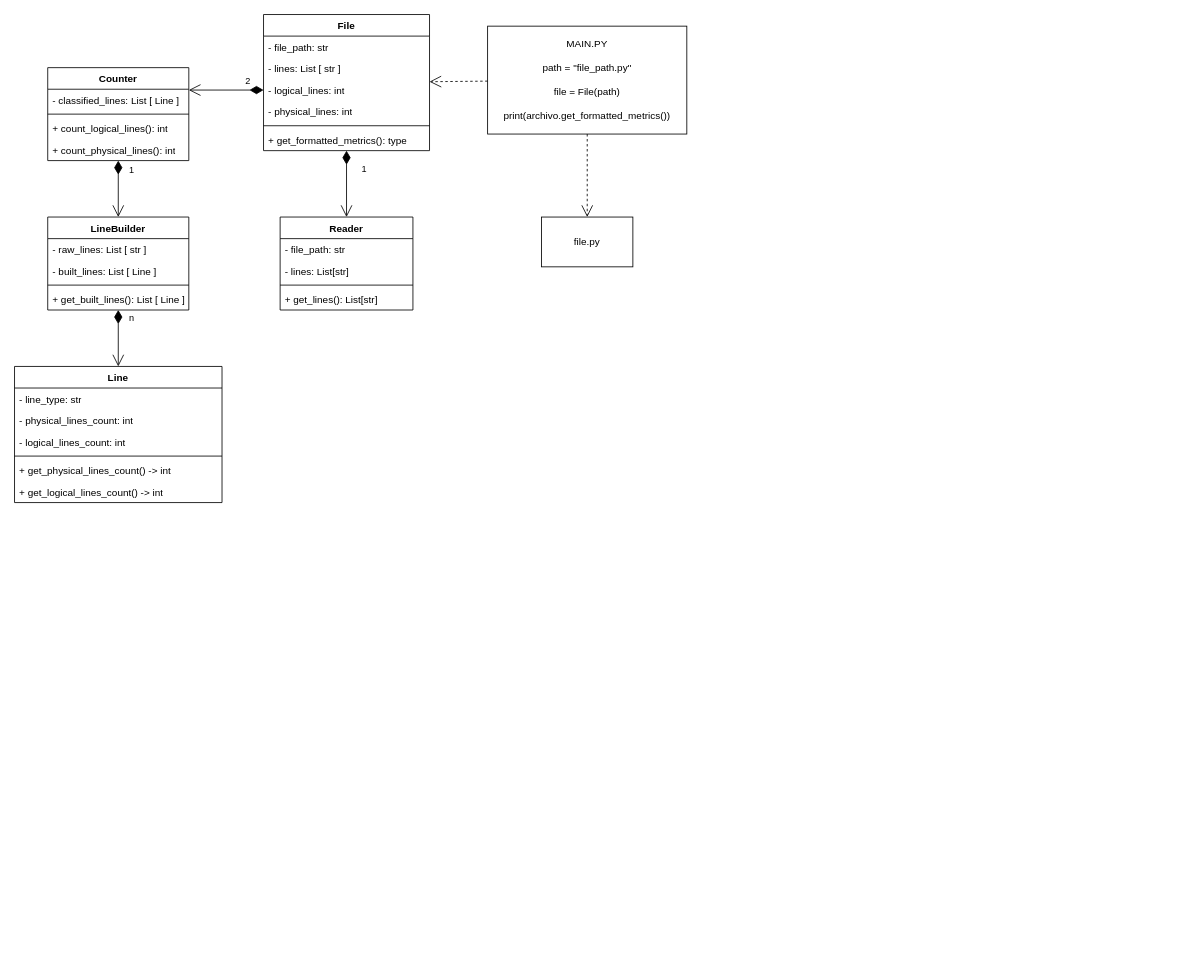
Above: docs/diagrama_de_clases.drawio in LineCounters/LinesCounter (draw.io), before the change. Source tidied: cells renumbered, new cells numbered last; positions are measured from the earlier drawing's top-left corner, leaving out a move shared by most shapes. Both pictures are drawn from the tidied source at 83%, with x=0, y=0 at pixel (14, 14).
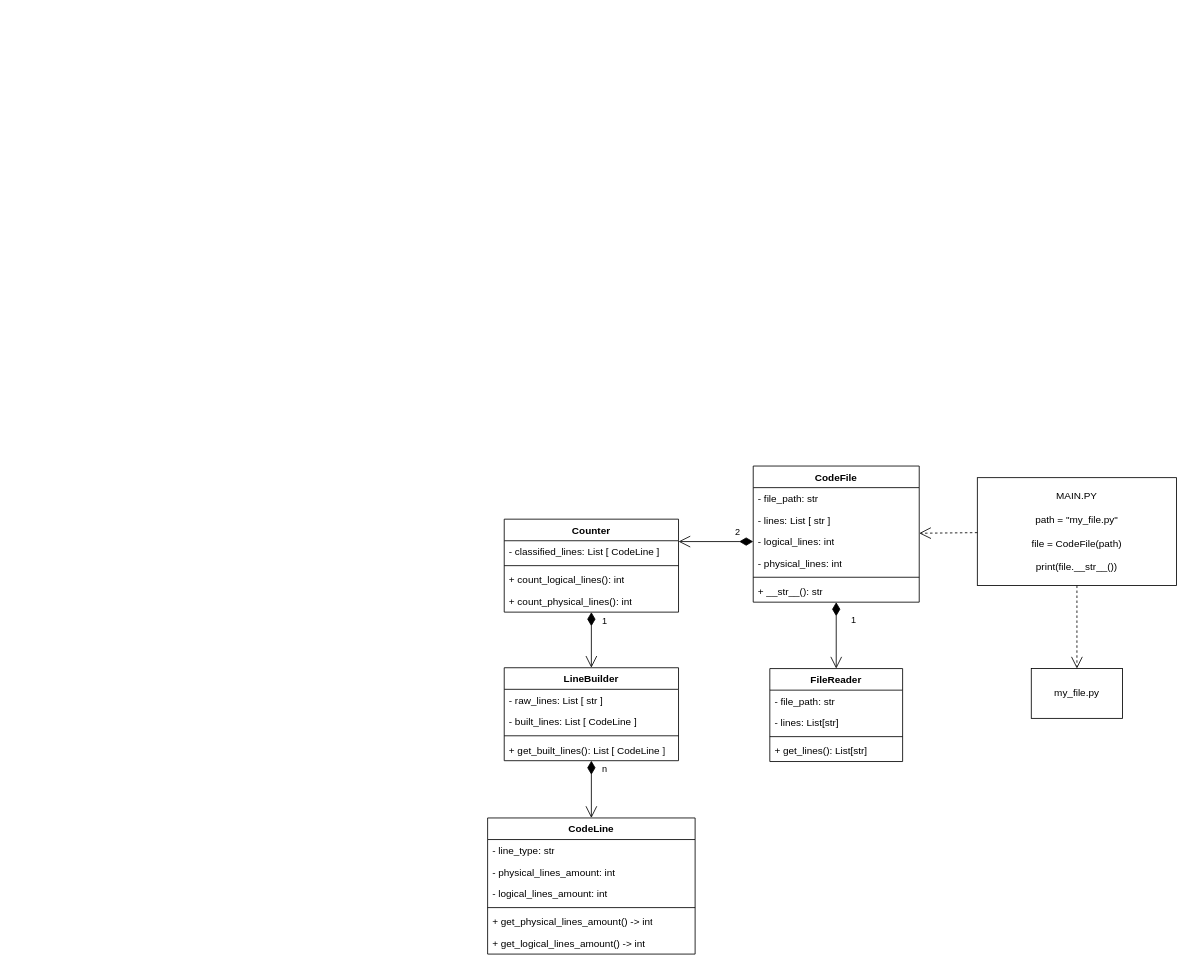
The same page after the edit.

Diff of the diagram source:
```diff
@@
-    <mxCell id="0" />
-    <mxCell id="1" parent="0" />
-    <mxCell id="2" value="MAIN.PY&lt;div&gt;&lt;br&gt;&lt;/div&gt;&lt;div&gt;path = &quot;file_path.py&quot;&lt;/div&gt;&lt;div&gt;&lt;br&gt;&lt;/div&gt;&lt;div&gt;file = File(path)&lt;/div&gt;&lt;div&gt;&lt;br&gt;&lt;/div&gt;&lt;div&gt;print(archivo.get_formatted_metrics())&lt;/div&gt;" style="rounded=0;whiteSpace=wrap;html=1;" parent="1" vertex="1">
-      <mxGeometry x="570" y="14" width="240" height="130" as="geometry" />
-    </mxCell>
-    <mxCell id="3" style="endArrow=open;endSize=12;dashed=1;html=1;rounded=0;" parent="1" edge="1" source="2" target="11">
-      <mxGeometry relative="1" as="geometry" />
-    </mxCell>
-    <mxCell id="4" value="file.py" style="rounded=0;whiteSpace=wrap;html=1;" parent="1" vertex="1">
-      <mxGeometry x="635" y="244" width="110" height="60" as="geometry" />
-    </mxCell>
-    <mxCell id="5" style="endArrow=open;endSize=12;dashed=1;html=1;rounded=0;" parent="1" edge="1" source="2" target="4">
-      <mxGeometry relative="1" as="geometry" />
-    </mxCell>
+    <mxCell id="43" />
+    <mxCell id="44" parent="43" />
+    <mxCell id="45" value="MAIN.PY&lt;div&gt;&lt;br&gt;&lt;/div&gt;&lt;div&gt;path = &quot;my_file.py&quot;&lt;/div&gt;&lt;div&gt;&lt;br&gt;&lt;/div&gt;&lt;div&gt;file = CodeFile(path)&lt;/div&gt;&lt;div&gt;&lt;br&gt;&lt;/div&gt;&lt;div&gt;print(file.__str__())&lt;/div&gt;" style="rounded=0;whiteSpace=wrap;html=1;" parent="44" vertex="1">
+      <mxGeometry x="1160" y="558" width="240" height="130" as="geometry" />
+    </mxCell>
+    <mxCell id="46" style="endArrow=open;endSize=12;dashed=1;html=1;rounded=0;" parent="44" edge="1" source="45" target="51">
+      <mxGeometry relative="1" as="geometry" />
+    </mxCell>
+    <mxCell id="47" value="my_file.py" style="rounded=0;whiteSpace=wrap;html=1;" parent="44" vertex="1">
+      <mxGeometry x="1225" y="788" width="110" height="60" as="geometry" />
+    </mxCell>
+    <mxCell id="48" style="endArrow=open;endSize=12;dashed=1;html=1;rounded=0;" parent="44" edge="1" source="45" target="47">
+      <mxGeometry relative="1" as="geometry" />
+    </mxCell>
-    <mxCell id="6" value="Counter" style="swimlane;fontStyle=1;align=center;verticalAlign=top;horizontal=1;startSize=26;whiteSpace=wrap;html=1;" parent="1" vertex="1">
-      <mxGeometry x="40" y="64" width="170" height="112" as="geometry" />
+    <mxCell id="6" value="Counter" style="swimlane;fontStyle=1;align=center;verticalAlign=top;horizontal=1;startSize=26;whiteSpace=wrap;html=1;" parent="44" vertex="1">
+      <mxGeometry x="590" y="608" width="210" height="112" as="geometry" />
     </mxCell>
-    <mxCell id="7" value="- classified_lines: List [ Line ]" style="text;strokeColor=none;fillColor=none;align=left;verticalAlign=top;spacingLeft=4;spacingRight=4;overflow=hidden;whiteSpace=wrap;html=1;" parent="6" vertex="1">
-      <mxGeometry y="26" width="170" height="26" as="geometry" />
-    </mxCell>
-    <mxCell id="8" style="line;strokeWidth=1;fillColor=none;align=left;verticalAlign=middle;spacingTop=-1;spacingLeft=3;spacingRight=3;labelPosition=right;strokeColor=inherit;" parent="6" vertex="1">
-      <mxGeometry y="52" width="170" height="8" as="geometry" />
-    </mxCell>
+    <mxCell id="49" value="- classified_lines: List [ CodeLine ]" style="text;strokeColor=none;fillColor=none;align=left;verticalAlign=top;spacingLeft=4;spacingRight=4;overflow=hidden;whiteSpace=wrap;html=1;" parent="6" vertex="1">
+      <mxGeometry y="26" width="210" height="26" as="geometry" />
+    </mxCell>
+    <mxCell id="50" style="line;strokeWidth=1;fillColor=none;align=left;verticalAlign=middle;spacingTop=-1;spacingLeft=3;spacingRight=3;labelPosition=right;strokeColor=inherit;" parent="6" vertex="1">
+      <mxGeometry y="52" width="210" height="8" as="geometry" />
+    </mxCell>
     <mxCell id="9" value="+ count_logical_lines(): int" style="text;strokeColor=none;fillColor=none;align=left;verticalAlign=top;spacingLeft=4;spacingRight=4;overflow=hidden;whiteSpace=wrap;html=1;" parent="6" vertex="1">
-      <mxGeometry y="60" width="170" height="26" as="geometry" />
+      <mxGeometry y="60" width="210" height="26" as="geometry" />
     </mxCell>
     <mxCell id="10" value="+ count_physical_lines(): int" style="text;strokeColor=none;fillColor=none;align=left;verticalAlign=top;spacingLeft=4;spacingRight=4;overflow=hidden;whiteSpace=wrap;html=1;" parent="6" vertex="1">
-      <mxGeometry y="86" width="170" height="26" as="geometry" />
+      <mxGeometry y="86" width="210" height="26" as="geometry" />
     </mxCell>
-    <mxCell id="11" value="File" style="swimlane;fontStyle=1;align=center;verticalAlign=top;horizontal=1;startSize=26;whiteSpace=wrap;html=1;" parent="1" vertex="1">
-      <mxGeometry x="300" width="200" height="164" as="geometry" />
-    </mxCell>
+    <mxCell id="51" value="CodeFile&lt;div&gt;&lt;br&gt;&lt;/div&gt;" style="swimlane;fontStyle=1;align=center;verticalAlign=top;horizontal=1;startSize=26;whiteSpace=wrap;html=1;" parent="44" vertex="1">
+      <mxGeometry x="890" y="544" width="200" height="164" as="geometry" />
+    </mxCell>
-    <mxCell id="12" value="- file_path: str&lt;div&gt;&lt;br&gt;&lt;/div&gt;" style="text;strokeColor=none;fillColor=none;align=left;verticalAlign=top;spacingLeft=4;spacingRight=4;overflow=hidden;whiteSpace=wrap;html=1;" parent="11" vertex="1">
+    <mxCell id="12" value="- file_path: str&lt;div&gt;&lt;br&gt;&lt;/div&gt;" style="text;strokeColor=none;fillColor=none;align=left;verticalAlign=top;spacingLeft=4;spacingRight=4;overflow=hidden;whiteSpace=wrap;html=1;" parent="51" vertex="1">
       <mxGeometry y="26" width="200" height="26" as="geometry" />
     </mxCell>
-    <mxCell id="13" value="&lt;div&gt;- lines: List [ str ]&lt;/div&gt;" style="text;strokeColor=none;fillColor=none;align=left;verticalAlign=top;spacingLeft=4;spacingRight=4;overflow=hidden;whiteSpace=wrap;html=1;" parent="11" vertex="1">
+    <mxCell id="13" value="&lt;div&gt;- lines: List [ str ]&lt;/div&gt;" style="text;strokeColor=none;fillColor=none;align=left;verticalAlign=top;spacingLeft=4;spacingRight=4;overflow=hidden;whiteSpace=wrap;html=1;" parent="51" vertex="1">
       <mxGeometry y="52" width="200" height="26" as="geometry" />
     </mxCell>
-    <mxCell id="14" value="&lt;div&gt;- logical_lines: int&lt;/div&gt;" style="text;strokeColor=none;fillColor=none;align=left;verticalAlign=top;spacingLeft=4;spacingRight=4;overflow=hidden;points=[[0,0.5],[1,0.5]];portConstraint=eastwest;whiteSpace=wrap;html=1;" parent="11" vertex="1">
+    <mxCell id="14" value="&lt;div&gt;- logical_lines: int&lt;/div&gt;" style="text;strokeColor=none;fillColor=none;align=left;verticalAlign=top;spacingLeft=4;spacingRight=4;overflow=hidden;points=[[0,0.5],[1,0.5]];portConstraint=eastwest;whiteSpace=wrap;html=1;" parent="51" vertex="1">
       <mxGeometry y="78" width="200" height="26" as="geometry" />
     </mxCell>
-    <mxCell id="15" value="&lt;div&gt;- physical_lines: int&lt;/div&gt;" style="text;strokeColor=none;fillColor=none;align=left;verticalAlign=top;spacingLeft=4;spacingRight=4;overflow=hidden;whiteSpace=wrap;html=1;" parent="11" vertex="1">
+    <mxCell id="15" value="&lt;div&gt;- physical_lines: int&lt;/div&gt;" style="text;strokeColor=none;fillColor=none;align=left;verticalAlign=top;spacingLeft=4;spacingRight=4;overflow=hidden;whiteSpace=wrap;html=1;" parent="51" vertex="1">
       <mxGeometry y="104" width="200" height="26" as="geometry" />
     </mxCell>
-    <mxCell id="16" style="line;strokeWidth=1;fillColor=none;align=left;verticalAlign=middle;spacingTop=-1;spacingLeft=3;spacingRight=3;labelPosition=right;strokeColor=inherit;" parent="11" vertex="1">
+    <mxCell id="16" style="line;strokeWidth=1;fillColor=none;align=left;verticalAlign=middle;spacingTop=-1;spacingLeft=3;spacingRight=3;labelPosition=right;strokeColor=inherit;" parent="51" vertex="1">
       <mxGeometry y="130" width="200" height="8" as="geometry" />
     </mxCell>
-    <mxCell id="17" value="+ get_formatted_metrics(): type" style="text;strokeColor=none;fillColor=none;align=left;verticalAlign=top;spacingLeft=4;spacingRight=4;overflow=hidden;whiteSpace=wrap;html=1;" parent="11" vertex="1">
-      <mxGeometry y="138" width="200" height="26" as="geometry" />
-    </mxCell>
-    <mxCell id="18" value="Reader" style="swimlane;fontStyle=1;align=center;verticalAlign=top;horizontal=1;startSize=26;whiteSpace=wrap;html=1;" parent="1" vertex="1">
-      <mxGeometry x="320" y="244" width="160" height="112" as="geometry" />
-    </mxCell>
+    <mxCell id="52" value="+ __str__(): str" style="text;strokeColor=none;fillColor=none;align=left;verticalAlign=top;spacingLeft=4;spacingRight=4;overflow=hidden;whiteSpace=wrap;html=1;" parent="51" vertex="1">
+      <mxGeometry y="138" width="200" height="26" as="geometry" />
+    </mxCell>
+    <mxCell id="53" value="FileReader" style="swimlane;fontStyle=1;align=center;verticalAlign=top;horizontal=1;startSize=26;whiteSpace=wrap;html=1;" parent="44" vertex="1">
+      <mxGeometry x="910" y="788" width="160" height="112" as="geometry" />
+    </mxCell>
-    <mxCell id="19" value="- file_path: str" style="text;strokeColor=none;fillColor=none;align=left;verticalAlign=top;spacingLeft=4;spacingRight=4;overflow=hidden;whiteSpace=wrap;html=1;" parent="18" vertex="1">
+    <mxCell id="19" value="- file_path: str" style="text;strokeColor=none;fillColor=none;align=left;verticalAlign=top;spacingLeft=4;spacingRight=4;overflow=hidden;whiteSpace=wrap;html=1;" parent="53" vertex="1">
       <mxGeometry y="26" width="160" height="26" as="geometry" />
     </mxCell>
-    <mxCell id="20" value="- lines: List[str]" style="text;strokeColor=none;fillColor=none;align=left;verticalAlign=top;spacingLeft=4;spacingRight=4;overflow=hidden;whiteSpace=wrap;html=1;" parent="18" vertex="1">
+    <mxCell id="20" value="- lines: List[str]" style="text;strokeColor=none;fillColor=none;align=left;verticalAlign=top;spacingLeft=4;spacingRight=4;overflow=hidden;whiteSpace=wrap;html=1;" parent="53" vertex="1">
       <mxGeometry y="52" width="160" height="26" as="geometry" />
     </mxCell>
-    <mxCell id="21" style="line;strokeWidth=1;fillColor=none;align=left;verticalAlign=middle;spacingTop=-1;spacingLeft=3;spacingRight=3;labelPosition=right;strokeColor=inherit;" parent="18" vertex="1">
+    <mxCell id="21" style="line;strokeWidth=1;fillColor=none;align=left;verticalAlign=middle;spacingTop=-1;spacingLeft=3;spacingRight=3;labelPosition=right;strokeColor=inherit;" parent="53" vertex="1">
       <mxGeometry y="78" width="160" height="8" as="geometry" />
     </mxCell>
-    <mxCell id="22" value="+ get_lines(): List[str]" style="text;strokeColor=none;fillColor=none;align=left;verticalAlign=top;spacingLeft=4;spacingRight=4;overflow=hidden;whiteSpace=wrap;html=1;" parent="18" vertex="1">
+    <mxCell id="22" value="+ get_lines(): List[str]" style="text;strokeColor=none;fillColor=none;align=left;verticalAlign=top;spacingLeft=4;spacingRight=4;overflow=hidden;whiteSpace=wrap;html=1;" parent="53" vertex="1">
       <mxGeometry y="86" width="160" height="26" as="geometry" />
     </mxCell>
-    <mxCell id="23" value="Line" style="swimlane;fontStyle=1;align=center;verticalAlign=top;horizontal=1;startSize=26;whiteSpace=wrap;html=1;" parent="1" vertex="1">
-      <mxGeometry y="424" width="250" height="164" as="geometry" />
-    </mxCell>
+    <mxCell id="54" value="CodeLine" style="swimlane;fontStyle=1;align=center;verticalAlign=top;horizontal=1;startSize=26;whiteSpace=wrap;html=1;" parent="44" vertex="1">
+      <mxGeometry x="570" y="968" width="250" height="164" as="geometry" />
+    </mxCell>
-    <mxCell id="24" value="- line_type: str" style="text;strokeColor=none;fillColor=none;align=left;verticalAlign=top;spacingLeft=4;spacingRight=4;overflow=hidden;whiteSpace=wrap;html=1;" parent="23" vertex="1">
+    <mxCell id="24" value="- line_type: str" style="text;strokeColor=none;fillColor=none;align=left;verticalAlign=top;spacingLeft=4;spacingRight=4;overflow=hidden;whiteSpace=wrap;html=1;" parent="54" vertex="1">
       <mxGeometry y="26" width="250" height="26" as="geometry" />
     </mxCell>
-    <mxCell id="25" value="- physical_lines_count: int" style="text;strokeColor=none;fillColor=none;align=left;verticalAlign=top;spacingLeft=4;spacingRight=4;overflow=hidden;whiteSpace=wrap;html=1;" parent="23" vertex="1">
-      <mxGeometry y="52" width="250" height="26" as="geometry" />
-    </mxCell>
-    <mxCell id="26" value="- logical_lines_count: int" style="text;strokeColor=none;fillColor=none;align=left;verticalAlign=top;spacingLeft=4;spacingRight=4;overflow=hidden;whiteSpace=wrap;html=1;" parent="23" vertex="1">
-      <mxGeometry y="78" width="250" height="26" as="geometry" />
-    </mxCell>
+    <mxCell id="55" value="- physical_lines_amount: int" style="text;strokeColor=none;fillColor=none;align=left;verticalAlign=top;spacingLeft=4;spacingRight=4;overflow=hidden;whiteSpace=wrap;html=1;" parent="54" vertex="1">
+      <mxGeometry y="52" width="250" height="26" as="geometry" />
+    </mxCell>
+    <mxCell id="56" value="- logical_lines_amount: int" style="text;strokeColor=none;fillColor=none;align=left;verticalAlign=top;spacingLeft=4;spacingRight=4;overflow=hidden;whiteSpace=wrap;html=1;" parent="54" vertex="1">
+      <mxGeometry y="78" width="250" height="26" as="geometry" />
+    </mxCell>
-    <mxCell id="27" style="line;strokeWidth=1;fillColor=none;align=left;verticalAlign=middle;spacingTop=-1;spacingLeft=3;spacingRight=3;labelPosition=right;strokeColor=inherit;" parent="23" vertex="1">
+    <mxCell id="27" style="line;strokeWidth=1;fillColor=none;align=left;verticalAlign=middle;spacingTop=-1;spacingLeft=3;spacingRight=3;labelPosition=right;strokeColor=inherit;" parent="54" vertex="1">
       <mxGeometry y="104" width="250" height="8" as="geometry" />
     </mxCell>
-    <mxCell id="28" value="+&amp;nbsp;get_physical_lines_count() -&amp;gt; int" style="text;strokeColor=none;fillColor=none;align=left;verticalAlign=top;spacingLeft=4;spacingRight=4;overflow=hidden;whiteSpace=wrap;html=1;" parent="23" vertex="1">
-      <mxGeometry y="112" width="250" height="26" as="geometry" />
-    </mxCell>
-    <mxCell id="29" value="+&amp;nbsp;get_logical_lines_count() -&amp;gt; int" style="text;strokeColor=none;fillColor=none;align=left;verticalAlign=top;spacingLeft=4;spacingRight=4;overflow=hidden;whiteSpace=wrap;html=1;" parent="23" vertex="1">
-      <mxGeometry y="138" width="250" height="26" as="geometry" />
-    </mxCell>
+    <mxCell id="57" value="+&amp;nbsp;get_physical_lines_amount() -&amp;gt; int" style="text;strokeColor=none;fillColor=none;align=left;verticalAlign=top;spacingLeft=4;spacingRight=4;overflow=hidden;whiteSpace=wrap;html=1;" parent="54" vertex="1">
+      <mxGeometry y="112" width="250" height="26" as="geometry" />
+    </mxCell>
+    <mxCell id="58" value="+&amp;nbsp;get_logical_lines_amount() -&amp;gt; int" style="text;strokeColor=none;fillColor=none;align=left;verticalAlign=top;spacingLeft=4;spacingRight=4;overflow=hidden;whiteSpace=wrap;html=1;" parent="54" vertex="1">
+      <mxGeometry y="138" width="250" height="26" as="geometry" />
+    </mxCell>
-    <mxCell id="30" value="LineBuilder" style="swimlane;fontStyle=1;align=center;verticalAlign=top;horizontal=1;startSize=26;whiteSpace=wrap;html=1;" parent="1" vertex="1">
-      <mxGeometry x="40" y="244" width="170" height="112" as="geometry" />
+    <mxCell id="30" value="LineBuilder" style="swimlane;fontStyle=1;align=center;verticalAlign=top;horizontal=1;startSize=26;whiteSpace=wrap;html=1;" parent="44" vertex="1">
+      <mxGeometry x="590" y="787" width="210" height="112" as="geometry" />
     </mxCell>
     <mxCell id="31" value="- raw_lines: List [ str ]" style="text;strokeColor=none;fillColor=none;align=left;verticalAlign=top;spacingLeft=4;spacingRight=4;overflow=hidden;whiteSpace=wrap;html=1;" parent="30" vertex="1">
-      <mxGeometry y="26" width="170" height="26" as="geometry" />
+      <mxGeometry y="26" width="210" height="26" as="geometry" />
     </mxCell>
-    <mxCell id="32" value="- built_lines: List [ Line ]" style="text;strokeColor=none;fillColor=none;align=left;verticalAlign=top;spacingLeft=4;spacingRight=4;overflow=hidden;whiteSpace=wrap;html=1;" parent="30" vertex="1">
-      <mxGeometry y="52" width="170" height="26" as="geometry" />
-    </mxCell>
-    <mxCell id="33" style="line;strokeWidth=1;fillColor=none;align=left;verticalAlign=middle;spacingTop=-1;spacingLeft=3;spacingRight=3;labelPosition=right;strokeColor=inherit;" parent="30" vertex="1">
-      <mxGeometry y="78" width="170" height="8" as="geometry" />
-    </mxCell>
-    <mxCell id="34" value="+ get_built_lines(): List [ Line ]" style="text;strokeColor=none;fillColor=none;align=left;verticalAlign=top;spacingLeft=4;spacingRight=4;overflow=hidden;whiteSpace=wrap;html=1;" parent="30" vertex="1">
-      <mxGeometry y="86" width="170" height="26" as="geometry" />
-    </mxCell>
+    <mxCell id="59" value="- built_lines: List [ CodeLine ]" style="text;strokeColor=none;fillColor=none;align=left;verticalAlign=top;spacingLeft=4;spacingRight=4;overflow=hidden;whiteSpace=wrap;html=1;" parent="30" vertex="1">
+      <mxGeometry y="52" width="210" height="26" as="geometry" />
+    </mxCell>
+    <mxCell id="60" style="line;strokeWidth=1;fillColor=none;align=left;verticalAlign=middle;spacingTop=-1;spacingLeft=3;spacingRight=3;labelPosition=right;strokeColor=inherit;" parent="30" vertex="1">
+      <mxGeometry y="78" width="210" height="8" as="geometry" />
+    </mxCell>
+    <mxCell id="61" value="+ get_built_lines(): List [ CodeLine ]" style="text;strokeColor=none;fillColor=none;align=left;verticalAlign=top;spacingLeft=4;spacingRight=4;overflow=hidden;whiteSpace=wrap;html=1;" parent="30" vertex="1">
+      <mxGeometry y="86" width="210" height="26" as="geometry" />
+    </mxCell>
-    <mxCell id="35" style="endArrow=open;html=1;endSize=12;startArrow=diamondThin;startSize=14;startFill=1;edgeStyle=orthogonalEdgeStyle;align=left;verticalAlign=bottom;rounded=0;exitX=0;exitY=0.5;exitDx=0;exitDy=0;" parent="1" edge="1" source="14" target="6">
+    <mxCell id="35" style="endArrow=open;html=1;endSize=12;startArrow=diamondThin;startSize=14;startFill=1;edgeStyle=orthogonalEdgeStyle;align=left;verticalAlign=bottom;rounded=0;exitX=0;exitY=0.5;exitDx=0;exitDy=0;" parent="44" edge="1" source="14" target="6">
       <mxGeometry x="-0.33" y="-7" relative="1" as="geometry">
         <Array as="points">
-          <mxPoint x="145" y="91" />
+          <mxPoint x="735" y="635" />
         </Array>
       </mxGeometry>
     </mxCell>
@@
-    <mxCell id="37" style="endArrow=open;html=1;endSize=12;startArrow=diamondThin;startSize=14;startFill=1;edgeStyle=orthogonalEdgeStyle;align=left;verticalAlign=bottom;rounded=0;" parent="1" edge="1" source="11" target="18">
-      <mxGeometry x="-0.83" y="-9" relative="1" as="geometry" />
-    </mxCell>
-    <mxCell id="38" value="1" style="edgeLabel;html=1;align=center;verticalAlign=middle;" parent="37" vertex="1">
-      <mxGeometry x="0.09" y="1" relative="1" as="geometry">
-        <mxPoint x="19" y="-23" as="offset" />
-      </mxGeometry>
-    </mxCell>
+    <mxCell id="62" style="endArrow=open;html=1;endSize=12;startArrow=diamondThin;startSize=14;startFill=1;edgeStyle=orthogonalEdgeStyle;align=left;verticalAlign=bottom;rounded=0;" parent="44" edge="1" source="51" target="53">
+      <mxGeometry x="-0.83" y="-9" relative="1" as="geometry" />
+    </mxCell>
+    <mxCell id="63" value="1" style="edgeLabel;html=1;align=center;verticalAlign=middle;" parent="62" vertex="1">
+      <mxGeometry x="0.09" y="1" relative="1" as="geometry">
+        <mxPoint x="19" y="-23" as="offset" />
+      </mxGeometry>
+    </mxCell>
-    <mxCell id="39" style="endArrow=open;html=1;endSize=12;startArrow=diamondThin;startSize=14;startFill=1;edgeStyle=orthogonalEdgeStyle;align=left;verticalAlign=bottom;rounded=0;" parent="1" edge="1" source="6" target="30">
+    <mxCell id="39" style="endArrow=open;html=1;endSize=12;startArrow=diamondThin;startSize=14;startFill=1;edgeStyle=orthogonalEdgeStyle;align=left;verticalAlign=bottom;rounded=0;" parent="44" edge="1" source="6" target="30">
       <mxGeometry x="-0.18" y="-25" relative="1" as="geometry" />
     </mxCell>
-    <mxCell id="40" value="1" style="edgeLabel;html=1;align=center;verticalAlign=middle;" parent="39" vertex="1">
-      <mxGeometry x="-0.7" y="2" relative="1" as="geometry">
-        <mxPoint x="13" as="offset" />
-      </mxGeometry>
-    </mxCell>
-    <mxCell id="41" style="endArrow=open;html=1;endSize=12;startArrow=diamondThin;startSize=14;startFill=1;edgeStyle=orthogonalEdgeStyle;align=left;verticalAlign=bottom;rounded=0;" parent="1" edge="1" source="30" target="23">
-      <mxGeometry x="-0.83" y="-9" relative="1" as="geometry" />
-    </mxCell>
+    <mxCell id="64" value="1" style="edgeLabel;html=1;align=center;verticalAlign=middle;" parent="39" vertex="1">
+      <mxGeometry x="-0.7" y="2" relative="1" as="geometry">
+        <mxPoint x="13" as="offset" />
+      </mxGeometry>
+    </mxCell>
+    <mxCell id="65" style="endArrow=open;html=1;endSize=12;startArrow=diamondThin;startSize=14;startFill=1;edgeStyle=orthogonalEdgeStyle;align=left;verticalAlign=bottom;rounded=0;" parent="44" edge="1" source="30" target="54">
+      <mxGeometry x="-0.83" y="-9" relative="1" as="geometry" />
+    </mxCell>
-    <mxCell id="42" value="n" style="edgeLabel;html=1;align=center;verticalAlign=middle;" parent="41" vertex="1">
+    <mxCell id="42" value="n" style="edgeLabel;html=1;align=center;verticalAlign=middle;" parent="65" vertex="1">
       <mxGeometry x="-0.74" y="2" relative="1" as="geometry">
         <mxPoint x="13" as="offset" />
       </mxGeometry>
     </mxCell>
```
